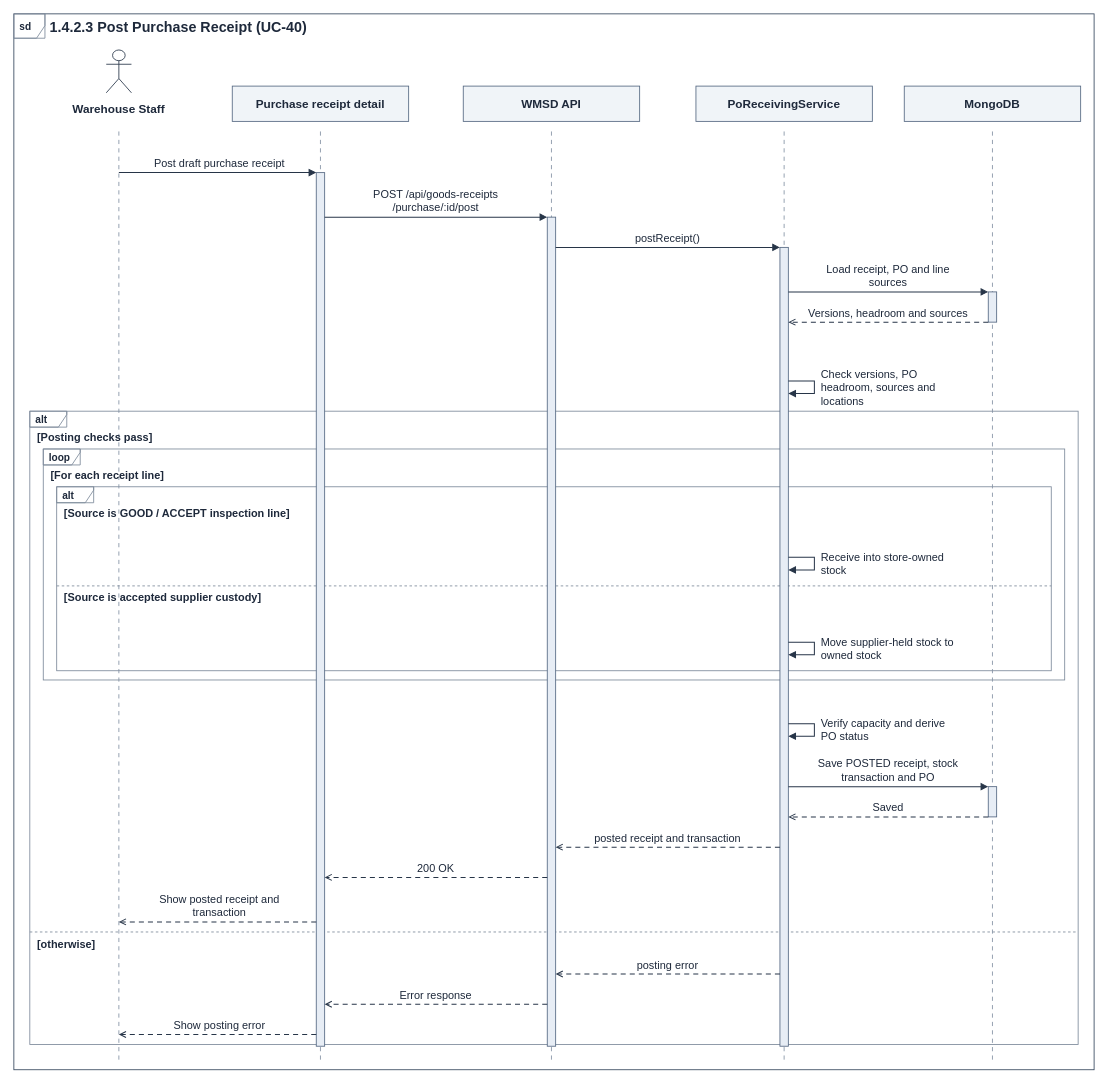
bupbalabup/wmsd_be keeps this draw.io diagram as page "1.4.2.3 Post Purchase Receipt (UC-40)" (21 of 25) of git_doc/docs/04_so_do/WMSD_BF01_Diagrams.drawio. Above is the earlier version. Source tidied: cells renumbered, new cells numbered last; positions are measured from the earlier drawing's top-left corner, leaving out a move shared by most shapes. Both pictures are drawn from the tidied source at 84%, with x=0, y=0 at pixel (9, 9).
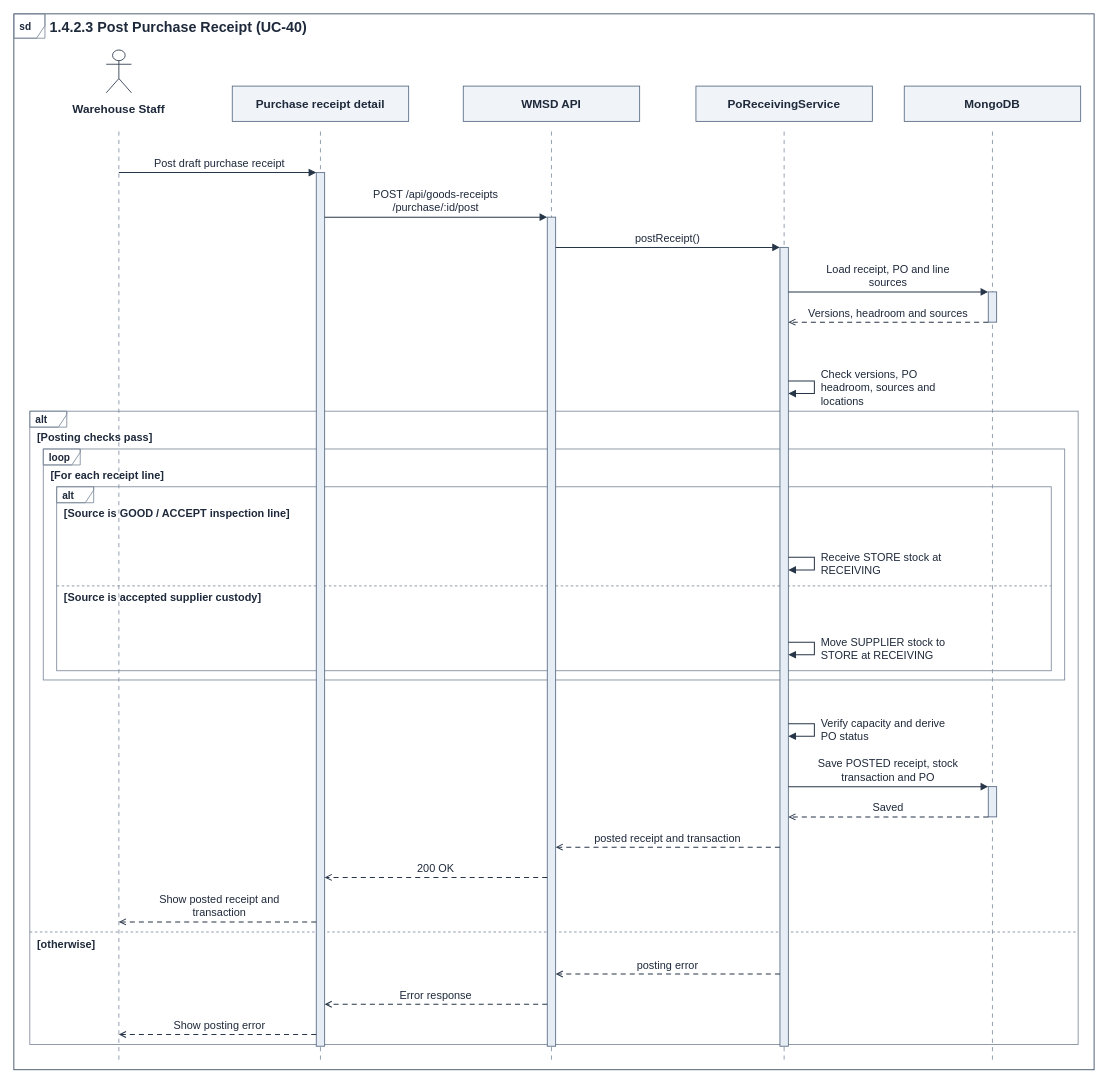
The same diagram, later.

Change to the diagram source:
```diff
@@
-    <mxCell id="30" value="Receive into store-owned&#10;stock" style="text;html=0;strokeColor=none;fillColor=none;spacing=0;align=left;verticalAlign=middle;whiteSpace=nowrap;overflow=visible;fontFamily=Arial;fontSize=13;fontColor=#1E293B;fontStyle=0;" parent="6" vertex="1">
+    <mxCell id="30" value="Receive STORE stock at&#10;RECEIVING" style="text;html=0;strokeColor=none;fillColor=none;spacing=0;align=left;verticalAlign=middle;whiteSpace=nowrap;overflow=visible;fontFamily=Arial;fontSize=13;fontColor=#1E293B;fontStyle=0;" parent="6" vertex="1">
       <mxGeometry x="966" y="642" width="192" height="34" as="geometry" />
     </mxCell>
@@
-    <mxCell id="34" value="Move supplier-held stock to&#10;owned stock" style="text;html=0;strokeColor=none;fillColor=none;spacing=0;align=left;verticalAlign=middle;whiteSpace=nowrap;overflow=visible;fontFamily=Arial;fontSize=13;fontColor=#1E293B;fontStyle=0;" parent="6" vertex="1">
+    <mxCell id="34" value="Move SUPPLIER stock to&#10;STORE at RECEIVING" style="text;html=0;strokeColor=none;fillColor=none;spacing=0;align=left;verticalAlign=middle;whiteSpace=nowrap;overflow=visible;fontFamily=Arial;fontSize=13;fontColor=#1E293B;fontStyle=0;" parent="6" vertex="1">
       <mxGeometry x="966" y="743" width="192" height="34" as="geometry" />
     </mxCell>
```
